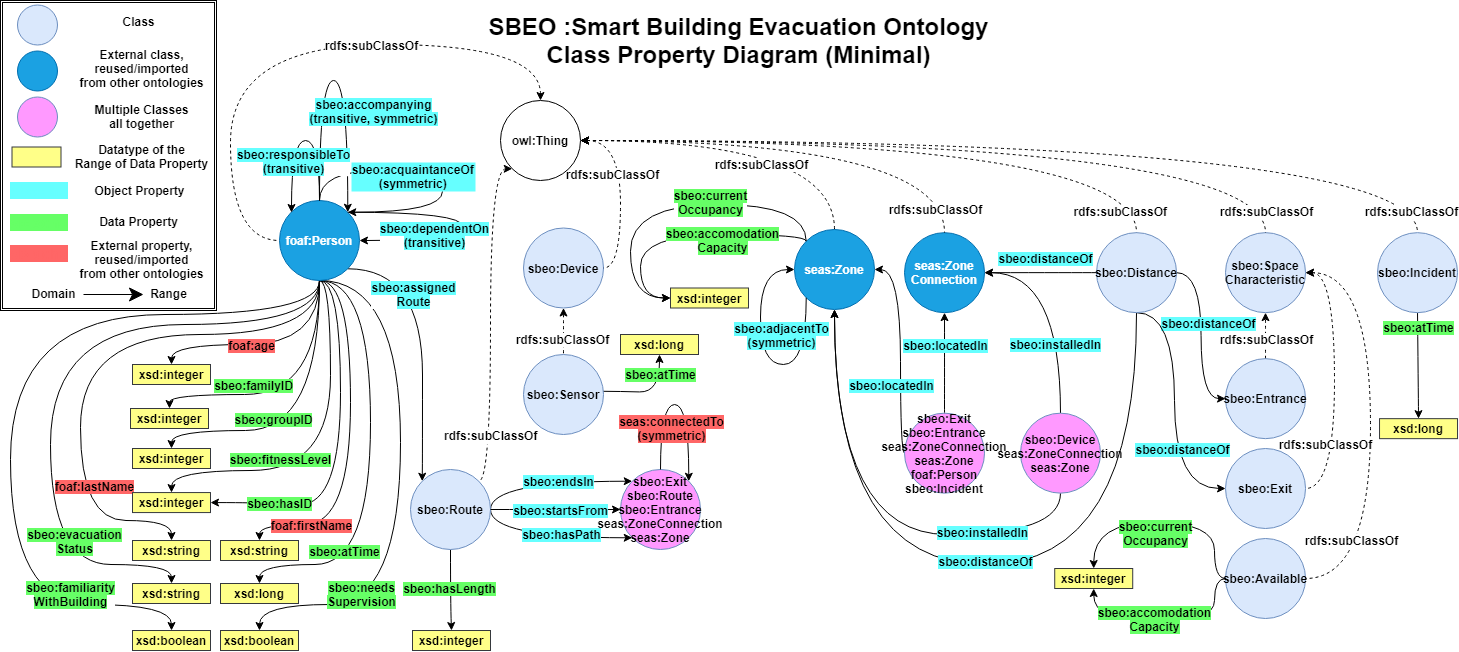
Before: Figures/SBEO_Class_Property_Diagram_Minimal.png, a diagram exported from draw.io (qasimkhalid/SBEO). Source tidied: cells renumbered, new cells last; positions are measured from the earlier drawing's top-left corner, leaving out a move shared by most shapes.
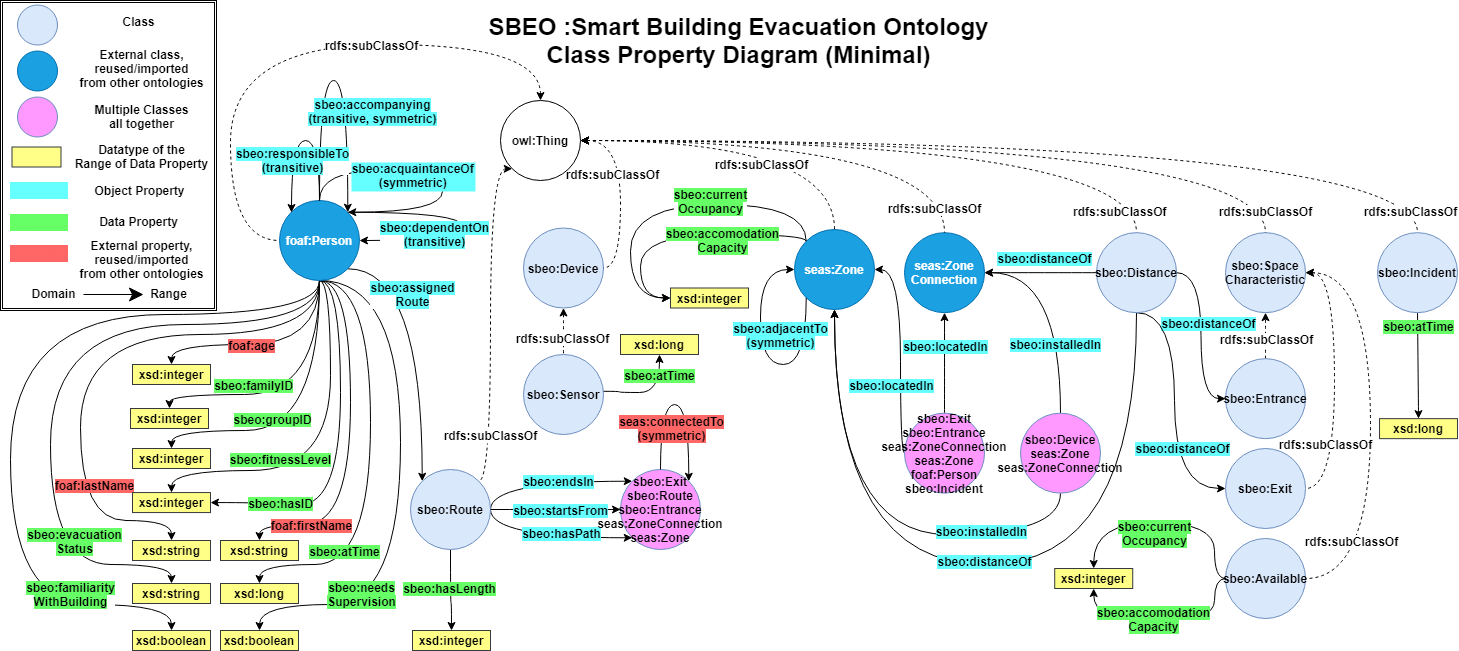
Above is the later version.

What changed in the source:
```diff
@@ -698,7 +698,7 @@
         <mxPoint x="83.8" y="-4" as="offset" />
       </mxGeometry>
     </mxCell>
-    <mxCell id="126" value="sbeo:Device&lt;br&gt;seas:ZoneConnection&lt;br&gt;seas:Zone" style="ellipse;whiteSpace=wrap;html=1;fillColor=#FF99FF;strokeColor=#6c8ebf;rounded=0;labelBackgroundColor=none;align=center;fontStyle=1;" parent="1" vertex="1">
+    <mxCell id="126" value="sbeo:Device&lt;br&gt;seas:Zone&lt;br&gt;seas:ZoneConnection" style="ellipse;whiteSpace=wrap;html=1;fillColor=#FF99FF;strokeColor=#6c8ebf;rounded=0;labelBackgroundColor=none;align=center;fontStyle=1;" parent="1" vertex="1">
       <mxGeometry x="1020" y="412.7" width="80" height="80" as="geometry" />
     </mxCell>
     <mxCell id="127" value="xsd:integer" style="rounded=0;whiteSpace=wrap;html=1;fillColor=#ffff88;strokeColor=#36393d;fontStyle=1;" parent="1" vertex="1">
```
